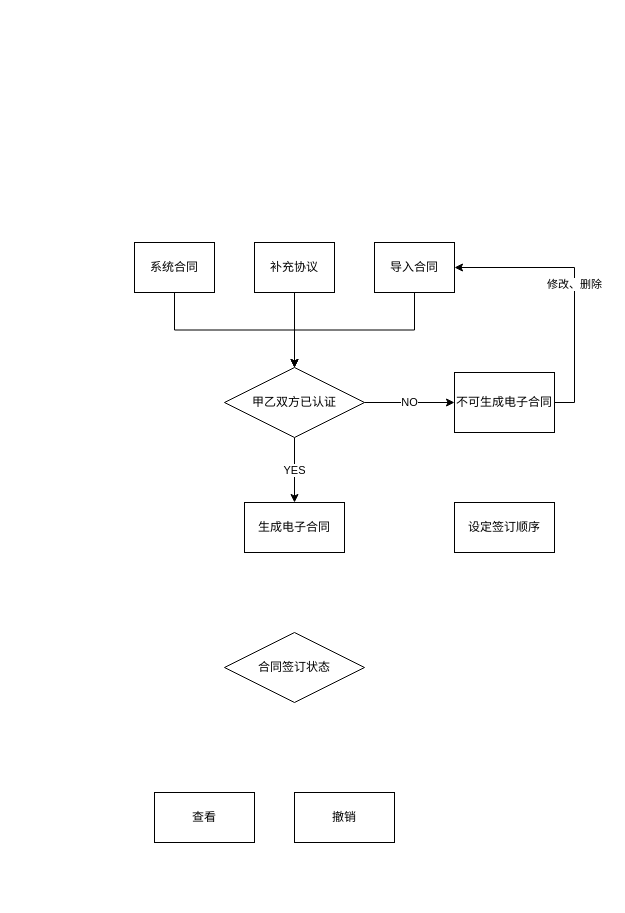
This is Untitled Diagram.drawio from peiyanzi/ZCCRM, a draw.io file, before an edit. Source tidied: cells renumbered, new cells numbered last; positions are measured from the earlier drawing's top-left corner, leaving out a move shared by most shapes. Both pictures are drawn from the tidied source at 100%, with x=0, y=0 at pixel (134, 242).
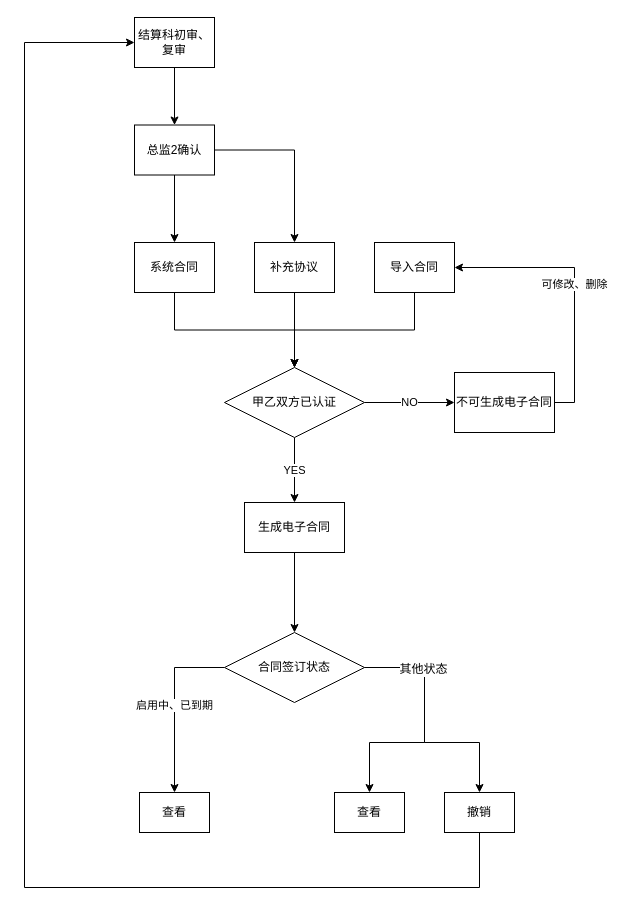
The same page after the edit.

Unchanged cells that the change refers to:
```xml
<mxCell id="3" value="系统合同" style="rounded=0;whiteSpace=wrap;html=1;" parent="1" vertex="1">
  <mxGeometry width="80" height="50" as="geometry" />
</mxCell>
<mxCell id="5" value="补充协议" style="rounded=0;whiteSpace=wrap;html=1;" parent="1" vertex="1">
  <mxGeometry x="120" width="80" height="50" as="geometry" />
</mxCell>
<mxCell id="7" value="导入合同" style="rounded=0;whiteSpace=wrap;html=1;" parent="1" vertex="1">
  <mxGeometry x="240" width="80" height="50" as="geometry" />
</mxCell>
<mxCell id="11" value="生成电子合同" style="rounded=0;whiteSpace=wrap;html=1;" parent="1" vertex="1">
  <mxGeometry x="110" y="260" width="100" height="50" as="geometry" />
</mxCell>
<mxCell id="13" value="不可生成电子合同" style="rounded=0;whiteSpace=wrap;html=1;" parent="1" vertex="1">
  <mxGeometry x="320" y="130" width="100" height="60" as="geometry" />
</mxCell>
<mxCell id="15" value="合同签订状态" style="rhombus;whiteSpace=wrap;html=1;" parent="1" vertex="1">
  <mxGeometry x="90" y="390" width="140" height="70" as="geometry" />
</mxCell>
```

Diff of the diagram source:
```diff
@@
+    <mxCell id="18" style="edgeStyle=orthogonalEdgeStyle;rounded=0;jettySize=auto;html=1;exitX=0.5;exitY=1;exitDx=0;exitDy=0;entryX=0.5;entryY=0;entryDx=0;entryDy=0;" parent="1" edge="1" source="11" target="15">
+      <mxGeometry relative="1" as="geometry" />
+    </mxCell>
@@
-    <mxCell id="12" value="修改、删除" style="edgeStyle=orthogonalEdgeStyle;rounded=0;jettySize=auto;html=1;exitX=1;exitY=0.5;exitDx=0;exitDy=0;entryX=1;entryY=0.5;entryDx=0;entryDy=0;" parent="1" edge="1" source="13" target="7">
+    <mxCell id="12" value="可修改、删除" style="edgeStyle=orthogonalEdgeStyle;rounded=0;jettySize=auto;html=1;exitX=1;exitY=0.5;exitDx=0;exitDy=0;entryX=1;entryY=0.5;entryDx=0;entryDy=0;" parent="1" edge="1" source="13" target="7">
       <mxGeometry relative="1" as="geometry" />
     </mxCell>
@@
-    <mxCell id="14" value="撤销" style="rounded=0;whiteSpace=wrap;html=1;" parent="1" vertex="1">
-      <mxGeometry x="160" y="550" width="100" height="50" as="geometry" />
-    </mxCell>
+    <mxCell id="19" value="启用中、已到期" style="edgeStyle=orthogonalEdgeStyle;rounded=0;jettySize=auto;html=1;exitX=0;exitY=0.5;exitDx=0;exitDy=0;entryX=0.5;entryY=0;entryDx=0;entryDy=0;" parent="1" edge="1" source="15" target="16">
+      <mxGeometry relative="1" as="geometry" />
+    </mxCell>
+    <mxCell id="20" style="edgeStyle=orthogonalEdgeStyle;rounded=0;jettySize=auto;html=1;exitX=1;exitY=0.5;exitDx=0;exitDy=0;entryX=0.5;entryY=0;entryDx=0;entryDy=0;" parent="1" edge="1" source="15" target="14">
+      <mxGeometry relative="1" as="geometry">
+        <Array as="points">
+          <mxPoint x="290" y="425" />
+          <mxPoint x="290" y="500" />
+          <mxPoint x="345" y="500" />
+          <mxPoint x="345" y="550" />
+        </Array>
+      </mxGeometry>
+    </mxCell>
+    <mxCell id="21" style="edgeStyle=orthogonalEdgeStyle;rounded=0;jettySize=auto;html=1;exitX=1;exitY=0.5;exitDx=0;exitDy=0;entryX=0.5;entryY=0;entryDx=0;entryDy=0;" parent="1" edge="1" source="15" target="24">
+      <mxGeometry relative="1" as="geometry">
+        <Array as="points">
+          <mxPoint x="290" y="425" />
+          <mxPoint x="290" y="500" />
+          <mxPoint x="235" y="500" />
+        </Array>
+      </mxGeometry>
+    </mxCell>
+    <mxCell id="22" value="其他状态" style="text;html=1;align=center;verticalAlign=middle;labelBackgroundColor=#ffffff;" parent="21" vertex="1">
+      <mxGeometry x="-0.52" y="-1" relative="1" as="geometry" />
+    </mxCell>
@@
     <mxCell id="16" value="查看" style="rounded=0;whiteSpace=wrap;html=1;" parent="1" vertex="1">
-      <mxGeometry x="20" y="550" width="100" height="50" as="geometry" />
+      <mxGeometry x="5" y="550" width="70" height="40" as="geometry" />
     </mxCell>
-    <mxCell id="17" value="设定签订顺序" style="rounded=0;whiteSpace=wrap;html=1;" parent="1" vertex="1">
-      <mxGeometry x="320" y="260" width="100" height="50" as="geometry" />
-    </mxCell>
+    <mxCell id="23" style="edgeStyle=orthogonalEdgeStyle;rounded=0;jettySize=auto;html=1;exitX=0.5;exitY=1;exitDx=0;exitDy=0;entryX=0;entryY=0.5;entryDx=0;entryDy=0;" parent="1" edge="1" source="14" target="26">
+      <mxGeometry relative="1" as="geometry">
+        <Array as="points">
+          <mxPoint x="345" y="645" />
+          <mxPoint x="-110" y="645" />
+          <mxPoint x="-110" y="-200" />
+        </Array>
+      </mxGeometry>
+    </mxCell>
+    <mxCell id="14" value="撤销" style="rounded=0;whiteSpace=wrap;html=1;" parent="1" vertex="1">
+      <mxGeometry x="310" y="550" width="70" height="40" as="geometry" />
+    </mxCell>
+    <mxCell id="24" value="查看" style="rounded=0;whiteSpace=wrap;html=1;" parent="1" vertex="1">
+      <mxGeometry x="200" y="550" width="70" height="40" as="geometry" />
+    </mxCell>
+    <mxCell id="25" style="edgeStyle=orthogonalEdgeStyle;rounded=0;jettySize=auto;html=1;exitX=0.5;exitY=1;exitDx=0;exitDy=0;entryX=0.5;entryY=0;entryDx=0;entryDy=0;" parent="1" edge="1" source="26" target="29">
+      <mxGeometry relative="1" as="geometry" />
+    </mxCell>
+    <mxCell id="26" value="结算科初审、复审" style="rounded=0;whiteSpace=wrap;html=1;" parent="1" vertex="1">
+      <mxGeometry y="-225" width="80" height="50" as="geometry" />
+    </mxCell>
+    <mxCell id="27" style="edgeStyle=orthogonalEdgeStyle;rounded=0;jettySize=auto;html=1;exitX=0.5;exitY=1;exitDx=0;exitDy=0;entryX=0.5;entryY=0;entryDx=0;entryDy=0;" parent="1" edge="1" source="29" target="3">
+      <mxGeometry relative="1" as="geometry" />
+    </mxCell>
+    <mxCell id="28" style="edgeStyle=orthogonalEdgeStyle;rounded=0;jettySize=auto;html=1;exitX=1;exitY=0.5;exitDx=0;exitDy=0;entryX=0.5;entryY=0;entryDx=0;entryDy=0;" parent="1" edge="1" source="29" target="5">
+      <mxGeometry relative="1" as="geometry" />
+    </mxCell>
+    <mxCell id="29" value="总监2确认" style="rounded=0;whiteSpace=wrap;html=1;" parent="1" vertex="1">
+      <mxGeometry y="-117.5" width="80" height="50" as="geometry" />
+    </mxCell>
```
